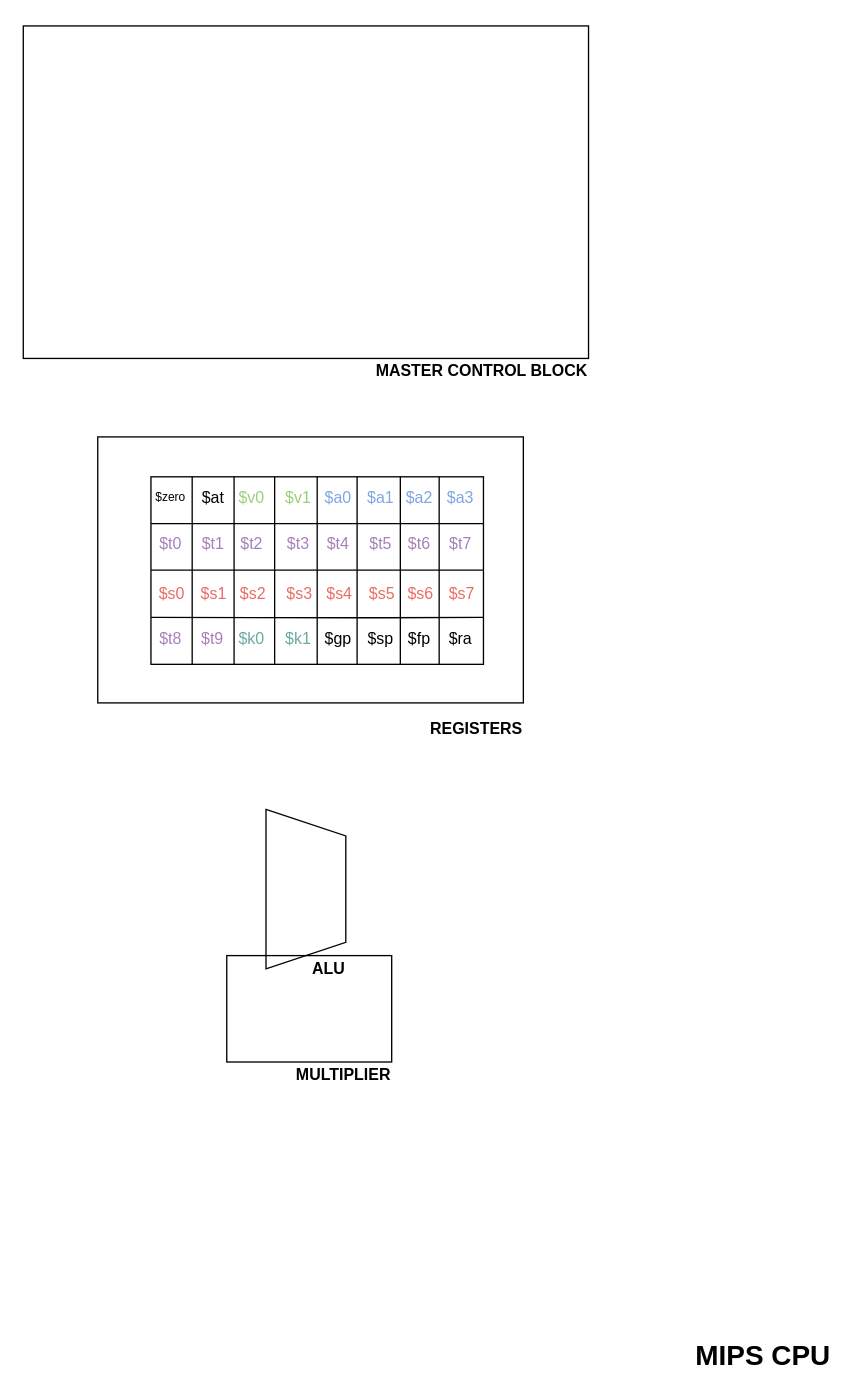
Above: docs/Untitled Diagram.drawio in JosiahMendes/MIPS32-T501 (draw.io), before the change. Source tidied: cells renumbered, new cells numbered last; positions are measured from the earlier drawing's top-left corner, leaving out a move shared by most shapes. Both pictures are drawn from the tidied source at 133%, with x=0, y=0 at pixel (23, 25).
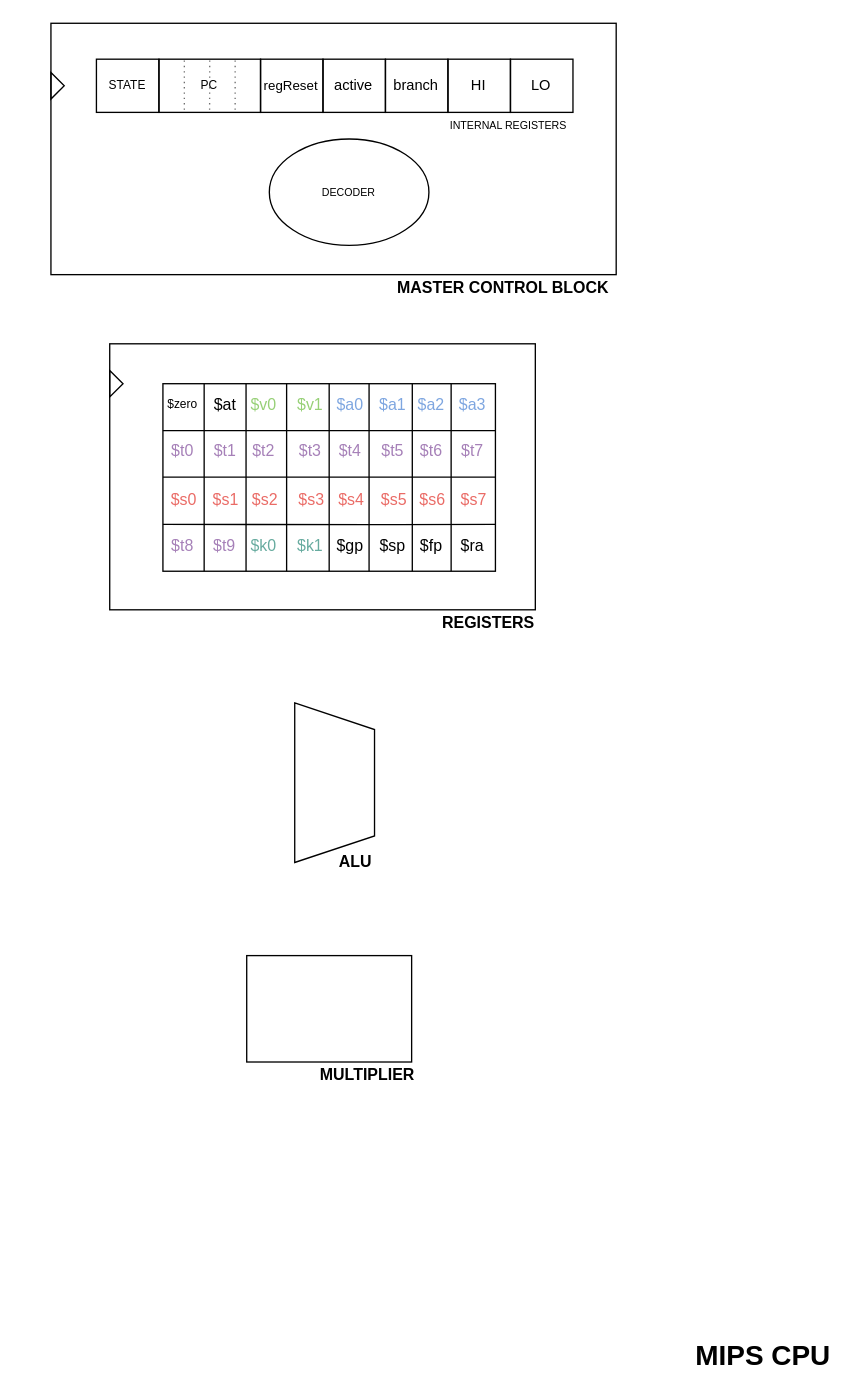
The same page after the edit.

Commit message:
master control block

What changed in the source:
```diff
@@
     <mxCell id="3" style="rounded=0;whiteSpace=wrap;html=1;fillColor=none;" parent="1" vertex="1">
-      <mxGeometry width="425" height="250" as="geometry" />
+      <mxGeometry x="20.8" y="-2" width="425" height="189" as="geometry" />
     </mxCell>
     <mxCell id="4" value="MASTER CONTROL BLOCK" style="text;html=1;strokeColor=none;fillColor=none;align=center;verticalAlign=middle;whiteSpace=wrap;rounded=0;fontStyle=1;" parent="1" vertex="1">
-      <mxGeometry x="260" y="250" width="170" height="20" as="geometry" />
+      <mxGeometry x="275.8" y="187" width="170" height="20" as="geometry" />
     </mxCell>
     <mxCell id="5" style="shape=trapezoid;perimeter=trapezoidPerimeter;whiteSpace=wrap;html=1;fixedSize=1;fillColor=none;rotation=90;" parent="1" vertex="1">
-      <mxGeometry x="152.5" y="619" width="120" height="60" as="geometry" />
+      <mxGeometry x="174.1" y="539" width="120" height="60" as="geometry" />
     </mxCell>
     <mxCell id="6" value="&lt;b&gt;ALU&lt;/b&gt;" style="text;html=1;strokeColor=none;fillColor=none;align=center;verticalAlign=middle;whiteSpace=wrap;rounded=0;" parent="1" vertex="1">
-      <mxGeometry x="210" y="699" width="40" height="20" as="geometry" />
+      <mxGeometry x="230" y="619" width="40" height="20" as="geometry" />
     </mxCell>
     <mxCell id="7" value="REGISTERS" style="text;html=1;strokeColor=none;fillColor=none;align=center;verticalAlign=middle;whiteSpace=wrap;rounded=0;fontStyle=1;" parent="1" vertex="1">
-      <mxGeometry x="296" y="519" width="90" height="20" as="geometry" />
+      <mxGeometry x="305" y="439" width="90" height="20" as="geometry" />
     </mxCell>
     <mxCell id="8" style="rounded=0;whiteSpace=wrap;html=1;fillColor=none;" parent="1" vertex="1">
-      <mxGeometry x="153" y="699" width="124" height="80" as="geometry" />
+      <mxGeometry x="168" y="699" width="124" height="80" as="geometry" />
     </mxCell>
     <mxCell id="9" value="MULTIPLIER" style="text;html=1;strokeColor=none;fillColor=none;align=center;verticalAlign=middle;whiteSpace=wrap;rounded=0;fontStyle=1;" parent="1" vertex="1">
-      <mxGeometry x="196" y="779" width="90" height="20" as="geometry" />
+      <mxGeometry x="214.1" y="779" width="90" height="20" as="geometry" />
     </mxCell>
     <mxCell id="10" style="group;" parent="1" vertex="1">
-      <mxGeometry x="56" y="309" width="320" height="200" as="geometry" />
+      <mxGeometry x="65" y="239" width="320" height="200" as="geometry" />
     </mxCell>
@@
+    <mxCell id="57" style="triangle;whiteSpace=wrap;html=1;glass=1;fillColor=none;gradientColor=none;fontSize=9;fontColor=#67AB9F;" parent="10" vertex="1">
+      <mxGeometry y="20" width="10" height="20" as="geometry" />
+    </mxCell>
+    <mxCell id="58" value="INTERNAL REGISTERS" style="text;html=1;strokeColor=none;fillColor=none;align=center;verticalAlign=middle;whiteSpace=wrap;rounded=0;glass=1;fontSize=8;fontColor=#000000;" parent="1" vertex="1">
+      <mxGeometry x="305" y="65" width="120" height="20" as="geometry" />
+    </mxCell>
+    <mxCell id="59" value="DECODER" style="ellipse;whiteSpace=wrap;html=1;glass=1;fillColor=none;gradientColor=none;fontSize=8;fontColor=#000000;" parent="1" vertex="1">
+      <mxGeometry x="185" y="85" width="120" height="80" as="geometry" />
+    </mxCell>
+    <mxCell id="60" style="group;" parent="1" vertex="1">
+      <mxGeometry x="55" y="25" width="358.2" height="40" as="geometry" />
+    </mxCell>
+    <mxCell id="61" value="STATE" style="rounded=0;whiteSpace=wrap;html=1;glass=1;fillColor=none;gradientColor=none;fontSize=9;" parent="60" vertex="1">
+      <mxGeometry width="47" height="40" as="geometry" />
+    </mxCell>
+    <mxCell id="62" value="&lt;font style=&quot;font-size: 10px;&quot;&gt;regReset&lt;/font&gt;" style="rounded=0;whiteSpace=wrap;html=1;glass=1;fillColor=none;gradientColor=none;fontSize=10;" parent="60" vertex="1">
+      <mxGeometry x="123.4" width="47" height="40" as="geometry" />
+    </mxCell>
+    <mxCell id="63" value="&lt;font style=&quot;font-size: 11px;&quot;&gt;active&lt;/font&gt;" style="rounded=0;whiteSpace=wrap;html=1;glass=1;fillColor=none;gradientColor=none;fontSize=11;" parent="60" vertex="1">
+      <mxGeometry x="170.3" width="47" height="40" as="geometry" />
+    </mxCell>
+    <mxCell id="64" value="&lt;font style=&quot;font-size: 11px&quot;&gt;branch&lt;/font&gt;" style="rounded=0;whiteSpace=wrap;html=1;glass=1;fillColor=none;gradientColor=none;fontSize=11;" parent="60" vertex="1">
+      <mxGeometry x="217.3" width="47" height="40" as="geometry" />
+    </mxCell>
+    <mxCell id="65" style="group;" parent="60" vertex="1">
+      <mxGeometry x="47" width="76.4" height="40" as="geometry" />
+    </mxCell>
+    <mxCell id="66" value="PC" style="rounded=0;whiteSpace=wrap;html=1;glass=1;fillColor=none;gradientColor=none;fontSize=9;" parent="65" vertex="1">
+      <mxGeometry width="76.4" height="40" as="geometry" />
+    </mxCell>
+    <mxCell id="67" style="endArrow=none;dashed=1;html=1;dashPattern=1 3;strokeWidth=1;fontSize=7;fontColor=#000000;exitX=0.25;exitY=0;exitDx=0;exitDy=0;entryX=0.25;entryY=1;entryDx=0;entryDy=0;strokeColor=#6E6E6E;horizontal=1;" parent="65" edge="1">
+      <mxGeometry relative="1" as="geometry">
+        <mxPoint x="19.1" y="1" as="sourcePoint" />
+        <mxPoint x="19.1" y="41" as="targetPoint" />
+      </mxGeometry>
+    </mxCell>
+    <mxCell id="68" style="endArrow=none;dashed=1;html=1;dashPattern=1 3;strokeWidth=1;fontSize=7;fontColor=#000000;exitX=0.5;exitY=0;exitDx=0;exitDy=0;entryX=0.25;entryY=1;entryDx=0;entryDy=0;strokeColor=#6E6E6E;" parent="65" edge="1">
+      <mxGeometry relative="1" as="geometry">
+        <mxPoint x="38.2" y="1" as="sourcePoint" />
+        <mxPoint x="38.1" y="41" as="targetPoint" />
+      </mxGeometry>
+    </mxCell>
+    <mxCell id="69" style="endArrow=none;dashed=1;html=1;dashPattern=1 3;strokeWidth=1;fontSize=7;fontColor=#000000;exitX=0.75;exitY=0;exitDx=0;exitDy=0;entryX=0.75;entryY=1;entryDx=0;entryDy=0;strokeColor=#6E6E6E;" parent="65" edge="1">
+      <mxGeometry relative="1" as="geometry">
+        <mxPoint x="57.3" y="1" as="sourcePoint" />
+        <mxPoint x="57.3" y="41" as="targetPoint" />
+      </mxGeometry>
+    </mxCell>
+    <mxCell id="70" value="&lt;font style=&quot;font-size: 11px&quot;&gt;HI&lt;/font&gt;" style="rounded=0;whiteSpace=wrap;html=1;glass=1;fillColor=none;gradientColor=none;fontSize=11;" parent="60" vertex="1">
+      <mxGeometry x="264.3" width="47" height="40" as="geometry" />
+    </mxCell>
+    <mxCell id="71" value="&lt;font style=&quot;font-size: 11px&quot;&gt;LO&lt;/font&gt;" style="rounded=0;whiteSpace=wrap;html=1;glass=1;fillColor=none;gradientColor=none;fontSize=11;" parent="60" vertex="1">
+      <mxGeometry x="311.3" width="47" height="40" as="geometry" />
+    </mxCell>
+    <mxCell id="72" style="triangle;whiteSpace=wrap;html=1;glass=1;fillColor=none;gradientColor=none;fontSize=9;fontColor=#67AB9F;" parent="1" vertex="1">
+      <mxGeometry x="20.8" y="35" width="10" height="20" as="geometry" />
+    </mxCell>
```
